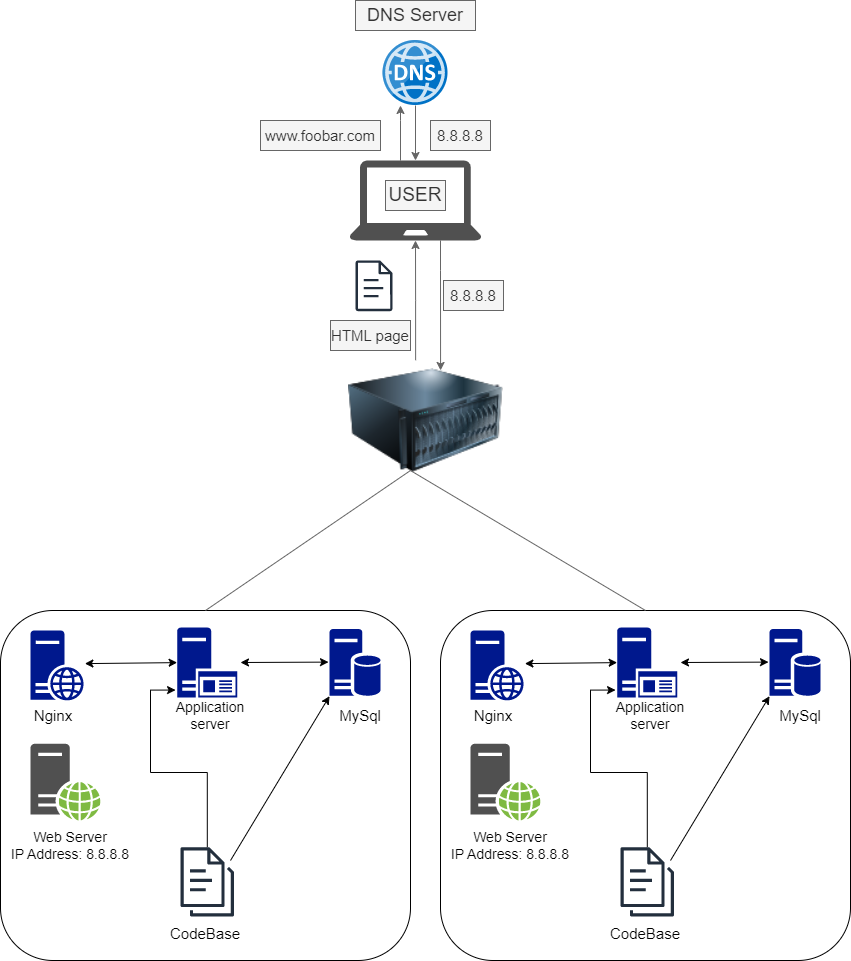
This is 0x09-web_infrastructure_design/1-distributed_web_infrastructure.png from MosehMaguah/alx-system_engineering-devops, a draw.io export, as it was before one commit. Source tidied: cells renumbered, new cells last; positions are measured from the earlier drawing's top-left corner, leaving out a move shared by most shapes.
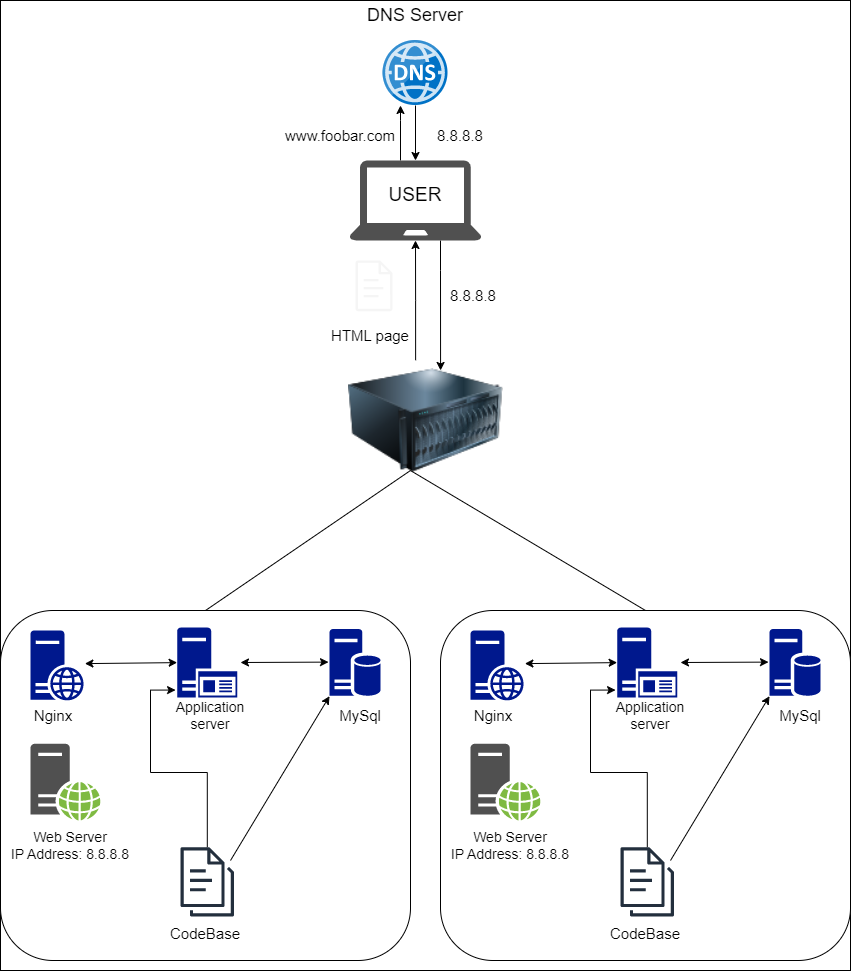
After the commit.

Change to the diagram source:
```diff
@@ -2,16 +2,19 @@
   <root>
     <mxCell id="0" />
     <mxCell id="1" parent="0" />
+    <mxCell id="48" style="rounded=0;whiteSpace=wrap;html=1;" parent="1" vertex="1">
+      <mxGeometry width="850" height="970" as="geometry" />
+    </mxCell>
-    <mxCell id="2" style="edgeStyle=orthogonalEdgeStyle;rounded=0;jettySize=auto;html=1;fillColor=#f5f5f5;strokeColor=#666666;" parent="1" edge="1" source="3" target="7">
+    <mxCell id="2" style="edgeStyle=orthogonalEdgeStyle;rounded=0;jettySize=auto;html=1;" parent="1" edge="1" source="3" target="7">
       <mxGeometry relative="1" as="geometry" />
     </mxCell>
     <mxCell id="3" style="image;sketch=0;html=1;points=[];align=center;fontSize=12;image=img/lib/mscae/DNS.svg;" parent="1" vertex="1">
       <mxGeometry x="382.5" y="40" width="65" height="65" as="geometry" />
     </mxCell>
-    <mxCell id="4" value="&lt;font style=&quot;font-size: 18px;&quot;&gt;DNS Server&lt;/font&gt;" style="text;html=1;strokeColor=#666666;fillColor=#f5f5f5;align=center;verticalAlign=middle;whiteSpace=wrap;rounded=0;fontColor=#333333;" parent="1" vertex="1">
+    <mxCell id="4" value="&lt;font style=&quot;font-size: 18px;&quot;&gt;DNS Server&lt;/font&gt;" style="text;html=1;strokeColor=none;fillColor=none;align=center;verticalAlign=middle;whiteSpace=wrap;rounded=0;" parent="1" vertex="1">
       <mxGeometry x="355" width="120" height="30" as="geometry" />
     </mxCell>
-    <mxCell id="5" style="edgeStyle=orthogonalEdgeStyle;rounded=0;jettySize=auto;html=1;fillColor=#f5f5f5;strokeColor=#666666;" parent="1" edge="1" source="7" target="3">
+    <mxCell id="5" style="edgeStyle=orthogonalEdgeStyle;rounded=0;jettySize=auto;html=1;" parent="1" edge="1" source="7" target="3">
       <mxGeometry relative="1" as="geometry">
         <Array as="points">
           <mxPoint x="400" y="120" />
@@ -19,7 +22,7 @@
         </Array>
       </mxGeometry>
     </mxCell>
-    <mxCell id="6" style="edgeStyle=orthogonalEdgeStyle;rounded=0;jettySize=auto;html=1;entryX=0.594;entryY=0.083;entryDx=0;entryDy=0;entryPerimeter=0;fillColor=#f5f5f5;strokeColor=#666666;" parent="1" edge="1" source="7" target="10">
+    <mxCell id="6" style="edgeStyle=orthogonalEdgeStyle;rounded=0;jettySize=auto;html=1;entryX=0.594;entryY=0.083;entryDx=0;entryDy=0;entryPerimeter=0;" parent="1" edge="1" source="7" target="10">
       <mxGeometry relative="1" as="geometry">
         <Array as="points">
           <mxPoint x="440" y="270" />
@@ -33,28 +36,28 @@
     <mxCell id="8" style="rounded=1;whiteSpace=wrap;html=1;" parent="1" vertex="1">
       <mxGeometry y="610" width="410" height="350" as="geometry" />
     </mxCell>
-    <mxCell id="9" style="edgeStyle=orthogonalEdgeStyle;rounded=0;jettySize=auto;html=1;exitX=0.433;exitY=-0.002;exitDx=0;exitDy=0;exitPerimeter=0;fillColor=#f5f5f5;strokeColor=#666666;" parent="1" edge="1" source="10" target="7">
+    <mxCell id="9" style="edgeStyle=orthogonalEdgeStyle;rounded=0;jettySize=auto;html=1;exitX=0.433;exitY=-0.002;exitDx=0;exitDy=0;exitPerimeter=0;" parent="1" edge="1" source="10" target="7">
       <mxGeometry relative="1" as="geometry" />
     </mxCell>
     <mxCell id="10" style="image;html=1;image=img/lib/clip_art/computers/Server_128x128.png;" parent="1" vertex="1">
       <mxGeometry x="348" y="360" width="155" height="120" as="geometry" />
     </mxCell>
-    <mxCell id="11" value="&lt;font style=&quot;font-size: 15px;&quot;&gt;www.foobar.com&lt;/font&gt;" style="text;html=1;strokeColor=#666666;fillColor=#f5f5f5;align=center;verticalAlign=middle;whiteSpace=wrap;rounded=0;fontColor=#333333;" parent="1" vertex="1">
-      <mxGeometry x="260" y="120" width="120" height="30" as="geometry" />
+    <mxCell id="11" value="&lt;font style=&quot;font-size: 15px;&quot;&gt;www.foobar.com&lt;/font&gt;" style="text;html=1;strokeColor=none;fillColor=none;align=center;verticalAlign=middle;whiteSpace=wrap;rounded=0;" parent="1" vertex="1">
+      <mxGeometry x="300" y="120" width="80" height="30" as="geometry" />
     </mxCell>
-    <mxCell id="12" value="&lt;font style=&quot;font-size: 15px;&quot;&gt;8.8.8.8&lt;/font&gt;" style="text;html=1;strokeColor=#666666;fillColor=#f5f5f5;align=center;verticalAlign=middle;whiteSpace=wrap;rounded=0;fontColor=#333333;" parent="1" vertex="1">
+    <mxCell id="12" value="&lt;font style=&quot;font-size: 15px;&quot;&gt;8.8.8.8&lt;/font&gt;" style="text;html=1;strokeColor=none;fillColor=none;align=center;verticalAlign=middle;whiteSpace=wrap;rounded=0;" parent="1" vertex="1">
       <mxGeometry x="430" y="120" width="60" height="30" as="geometry" />
     </mxCell>
-    <mxCell id="13" value="&lt;font style=&quot;font-size: 19px;&quot;&gt;USER&lt;/font&gt;" style="text;html=1;strokeColor=#666666;fillColor=#f5f5f5;align=center;verticalAlign=middle;whiteSpace=wrap;rounded=0;fontColor=#333333;" parent="1" vertex="1">
+    <mxCell id="13" value="&lt;font style=&quot;font-size: 19px;&quot;&gt;USER&lt;/font&gt;" style="text;html=1;strokeColor=none;fillColor=none;align=center;verticalAlign=middle;whiteSpace=wrap;rounded=0;" parent="1" vertex="1">
       <mxGeometry x="385" y="180" width="60" height="30" as="geometry" />
     </mxCell>
-    <mxCell id="14" value="&lt;font style=&quot;font-size: 15px;&quot;&gt;8.8.8.8&lt;/font&gt;" style="text;html=1;strokeColor=#666666;fillColor=#f5f5f5;align=center;verticalAlign=middle;whiteSpace=wrap;rounded=0;fontColor=#333333;" parent="1" vertex="1">
+    <mxCell id="14" value="&lt;font style=&quot;font-size: 15px;&quot;&gt;8.8.8.8&lt;/font&gt;" style="text;html=1;strokeColor=none;fillColor=none;align=center;verticalAlign=middle;whiteSpace=wrap;rounded=0;" parent="1" vertex="1">
       <mxGeometry x="443" y="280" width="60" height="30" as="geometry" />
     </mxCell>
-    <mxCell id="15" style="sketch=0;fontColor=#232F3E;gradientColor=none;fillColor=#232F3D;strokeColor=none;dashed=0;verticalLabelPosition=bottom;verticalAlign=top;align=center;html=1;fontSize=12;fontStyle=0;shape=mxgraph.aws4.document;" parent="1" vertex="1">
+    <mxCell id="15" style="sketch=0;fontColor=#333333;fillColor=#f5f5f5;strokeColor=#666666;dashed=0;verticalLabelPosition=bottom;verticalAlign=top;align=center;html=1;fontSize=12;fontStyle=0;shape=mxgraph.aws4.document;" parent="1" vertex="1">
       <mxGeometry x="355" y="260" width="37" height="50.6" as="geometry" />
     </mxCell>
-    <mxCell id="16" value="&lt;font style=&quot;font-size: 15px;&quot;&gt;HTML page&lt;/font&gt;" style="text;html=1;strokeColor=#666666;fillColor=#f5f5f5;align=center;verticalAlign=middle;whiteSpace=wrap;rounded=0;fontColor=#333333;" parent="1" vertex="1">
+    <mxCell id="16" value="&lt;font style=&quot;font-size: 15px;&quot;&gt;HTML page&lt;/font&gt;" style="text;html=1;strokeColor=none;fillColor=none;align=center;verticalAlign=middle;whiteSpace=wrap;rounded=0;" parent="1" vertex="1">
       <mxGeometry x="330" y="320" width="80" height="30" as="geometry" />
     </mxCell>
     <mxCell id="17" style="sketch=0;shadow=0;dashed=0;html=1;strokeColor=none;labelPosition=center;verticalLabelPosition=bottom;verticalAlign=top;align=center;fillColor=#00188D;shape=mxgraph.mscae.enterprise.web_server;" parent="1" vertex="1">
@@ -166,12 +169,12 @@
         <mxPoint x="670" y="860" as="sourcePoint" />
       </mxGeometry>
     </mxCell>
-    <mxCell id="46" style="endArrow=none;html=1;rounded=0;exitX=0.5;exitY=0;exitDx=0;exitDy=0;fillColor=#f5f5f5;strokeColor=#666666;" parent="1" edge="1" source="8">
+    <mxCell id="46" style="endArrow=none;html=1;rounded=0;exitX=0.5;exitY=0;exitDx=0;exitDy=0;" parent="1" edge="1" source="8">
       <mxGeometry relative="1" as="geometry">
         <mxPoint x="410" y="470" as="targetPoint" />
       </mxGeometry>
     </mxCell>
-    <mxCell id="47" style="endArrow=none;html=1;rounded=0;exitX=0.4;exitY=0.917;exitDx=0;exitDy=0;exitPerimeter=0;entryX=0.5;entryY=0;entryDx=0;entryDy=0;fillColor=#f5f5f5;strokeColor=#666666;" parent="1" edge="1" source="10" target="31">
+    <mxCell id="47" style="endArrow=none;html=1;rounded=0;exitX=0.4;exitY=0.917;exitDx=0;exitDy=0;exitPerimeter=0;entryX=0.5;entryY=0;entryDx=0;entryDy=0;" parent="1" edge="1" source="10" target="31">
       <mxGeometry relative="1" as="geometry" />
     </mxCell>
   </root>
```
